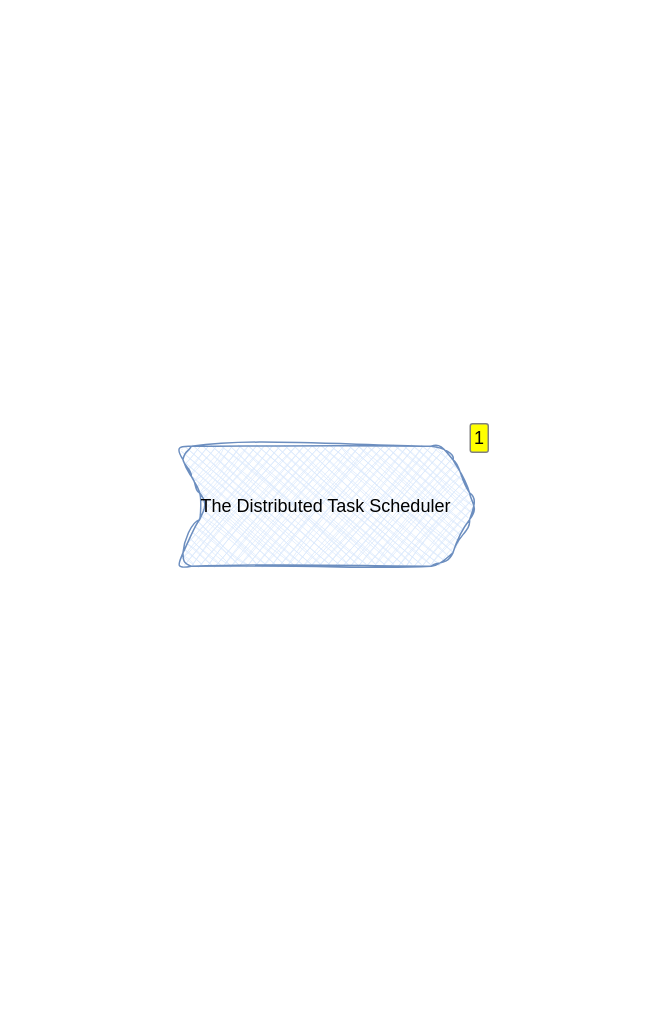
Above: System Design/System Design: The Distributed Task Scheduler.drawio in FilledVaccum/MindMaps (draw.io), before the change. Source tidied: cells renumbered, new cells numbered last; positions are measured from the earlier drawing's top-left corner, leaving out a move shared by most shapes. Both pictures are drawn from the tidied source at 150%, with x=0, y=0 at pixel (176, 446).
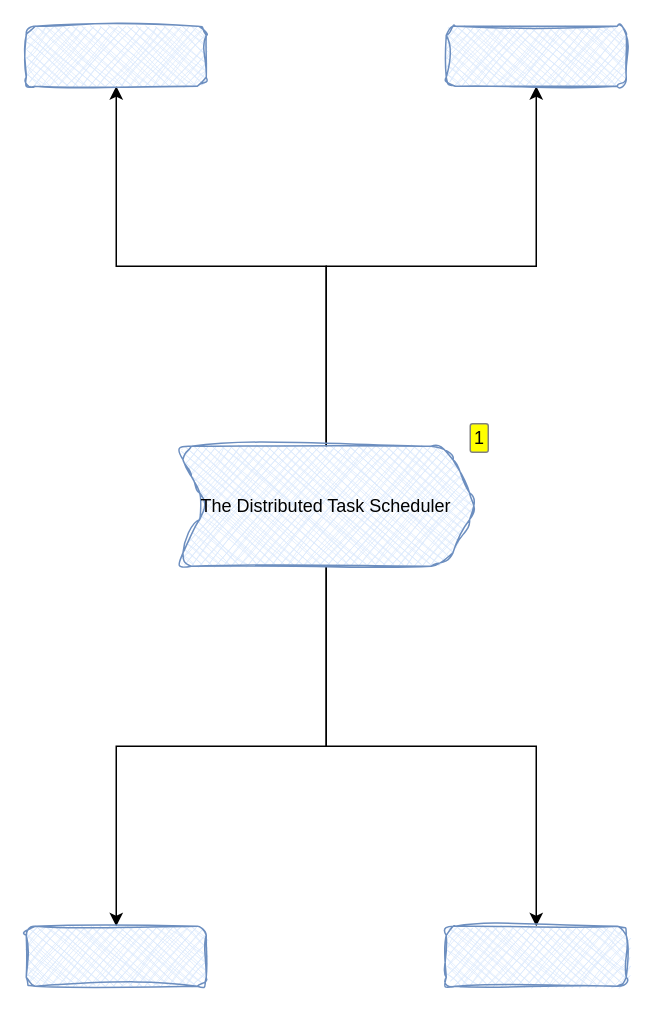
Above is the later version.

Diff of the diagram source:
```diff
@@
 <mxGraphModel>
   <root>
     <mxCell id="0" />
     <mxCell id="1" parent="0" />
+    <mxCell id="3" style="edgeStyle=orthogonalEdgeStyle;rounded=0;hachureGap=4;jettySize=auto;html=1;fontFamily=Architects Daughter;" parent="1" edge="1" source="2" target="7">
+      <mxGeometry relative="1" as="geometry" />
+    </mxCell>
+    <mxCell id="4" style="edgeStyle=orthogonalEdgeStyle;shape=connector;rounded=0;hachureGap=4;jettySize=auto;html=1;strokeColor=default;align=center;verticalAlign=middle;fontFamily=Architects Daughter;fontSize=11;fontColor=default;labelBackgroundColor=default;endArrow=classic;" parent="1" edge="1" source="2" target="8">
+      <mxGeometry relative="1" as="geometry" />
+    </mxCell>
+    <mxCell id="5" style="edgeStyle=orthogonalEdgeStyle;shape=connector;rounded=0;hachureGap=4;jettySize=auto;html=1;strokeColor=default;align=center;verticalAlign=middle;fontFamily=Architects Daughter;fontSize=11;fontColor=default;labelBackgroundColor=default;endArrow=classic;" parent="1" edge="1" source="2" target="9">
+      <mxGeometry relative="1" as="geometry" />
+    </mxCell>
+    <mxCell id="6" style="edgeStyle=orthogonalEdgeStyle;shape=connector;rounded=0;hachureGap=4;jettySize=auto;html=1;strokeColor=default;align=center;verticalAlign=middle;fontFamily=Architects Daughter;fontSize=11;fontColor=default;labelBackgroundColor=default;endArrow=classic;" parent="1" edge="1" source="2" target="10">
+      <mxGeometry relative="1" as="geometry" />
+    </mxCell>
     <mxCell id="2" value="The Distributed Task Scheduler" style="shape=step;perimeter=stepPerimeter;whiteSpace=wrap;html=1;fixedSize=1;sketch=1;curveFitting=1;jiggle=2;shadow=0;rounded=1;fillStyle=cross-hatch;fillColor=#dae8fc;strokeColor=#6c8ebf;enumerate=1;" parent="1" vertex="1">
       <mxGeometry width="200" height="80" as="geometry" />
     </mxCell>
+    <mxCell id="7" style="whiteSpace=wrap;html=1;fillColor=#dae8fc;strokeColor=#6c8ebf;sketch=1;curveFitting=1;jiggle=2;shadow=0;rounded=1;fillStyle=cross-hatch;" parent="1" vertex="1">
+      <mxGeometry x="-100" y="-280" width="120" height="40" as="geometry" />
+    </mxCell>
+    <mxCell id="8" style="whiteSpace=wrap;html=1;fillColor=#dae8fc;strokeColor=#6c8ebf;sketch=1;curveFitting=1;jiggle=2;shadow=0;rounded=1;fillStyle=cross-hatch;" parent="1" vertex="1">
+      <mxGeometry x="180" y="-280" width="120" height="40" as="geometry" />
+    </mxCell>
+    <mxCell id="9" style="whiteSpace=wrap;html=1;fillColor=#dae8fc;strokeColor=#6c8ebf;sketch=1;curveFitting=1;jiggle=2;shadow=0;rounded=1;fillStyle=cross-hatch;" parent="1" vertex="1">
+      <mxGeometry x="180" y="320" width="120" height="40" as="geometry" />
+    </mxCell>
+    <mxCell id="10" style="whiteSpace=wrap;html=1;fillColor=#dae8fc;strokeColor=#6c8ebf;sketch=1;curveFitting=1;jiggle=2;shadow=0;rounded=1;fillStyle=cross-hatch;" parent="1" vertex="1">
+      <mxGeometry x="-100" y="320" width="120" height="40" as="geometry" />
+    </mxCell>
   </root>
 </mxGraphModel>
```
